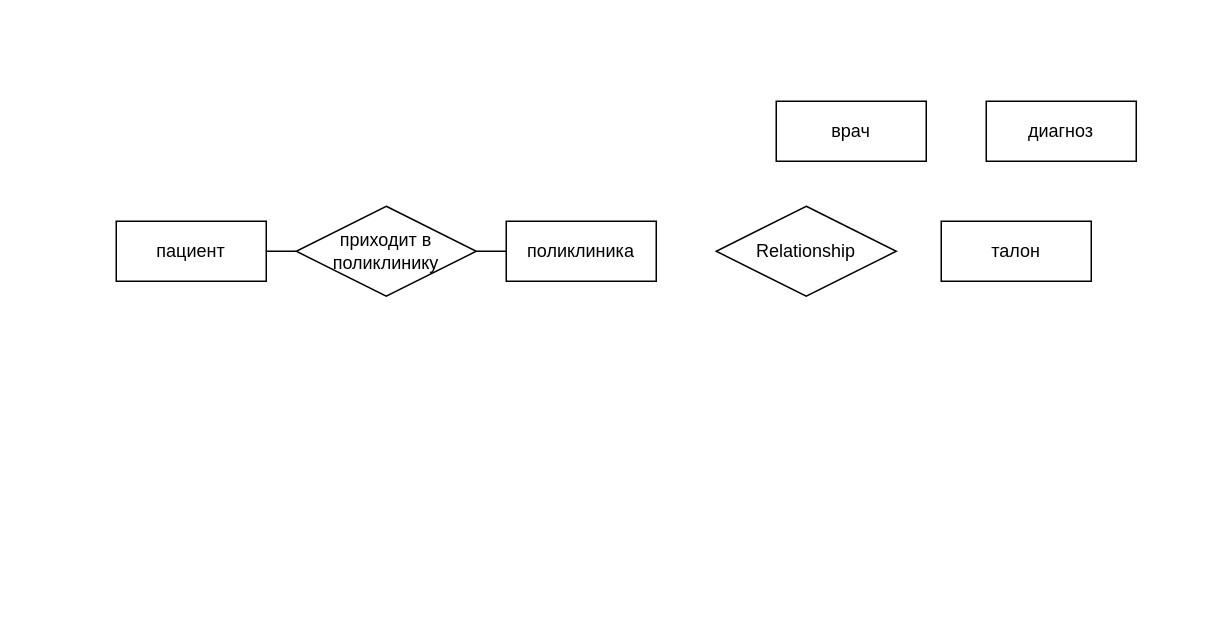
Before: Диаграмма без названия.drawio in ValeriaLebedeva/ER_diagram, a draw.io diagram. Source tidied: cells renumbered, new cells numbered last; positions are measured from the earlier drawing's top-left corner, leaving out a move shared by most shapes. Both pictures are drawn from the tidied source at 150%, with x=0, y=0 at pixel (116, 100).
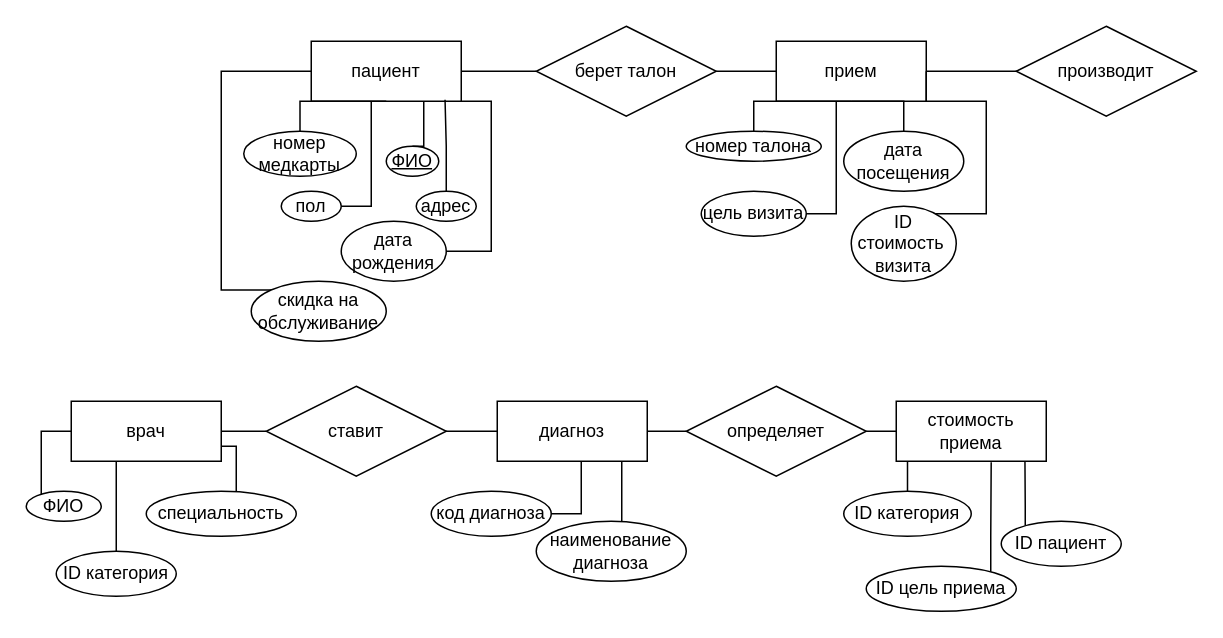
After the change.

The edit, as a diff of the source:
```diff
@@
-    <mxCell id="2" style="edgeStyle=orthogonalEdgeStyle;rounded=0;jettySize=auto;html=1;exitX=1;exitY=0.5;exitDx=0;exitDy=0;endArrow=none;endFill=0;" parent="1" edge="1" source="3" target="9">
-      <mxGeometry relative="1" as="geometry" />
-    </mxCell>
+    <mxCell id="11" style="edgeStyle=orthogonalEdgeStyle;rounded=0;jettySize=auto;html=1;entryX=0;entryY=0.5;entryDx=0;entryDy=0;endArrow=none;endFill=0;" parent="1" edge="1" source="3" target="13">
+      <mxGeometry relative="1" as="geometry" />
+    </mxCell>
     <mxCell id="3" value="пациент" style="whiteSpace=wrap;html=1;align=center;" parent="1" vertex="1">
-      <mxGeometry y="80" width="100" height="40" as="geometry" />
+      <mxGeometry x="130" y="-40" width="100" height="40" as="geometry" />
     </mxCell>
-    <mxCell id="4" value="талон" style="whiteSpace=wrap;html=1;align=center;" parent="1" vertex="1">
-      <mxGeometry x="550" y="80" width="100" height="40" as="geometry" />
-    </mxCell>
+    <mxCell id="12" style="edgeStyle=orthogonalEdgeStyle;rounded=0;jettySize=auto;html=1;endArrow=none;endFill=0;" parent="1" edge="1" source="13" target="27">
+      <mxGeometry relative="1" as="geometry" />
+    </mxCell>
+    <mxCell id="13" value="берет талон" style="shape=rhombus;perimeter=rhombusPerimeter;whiteSpace=wrap;html=1;align=center;" parent="1" vertex="1">
+      <mxGeometry x="280" y="-50" width="120" height="60" as="geometry" />
+    </mxCell>
+    <mxCell id="14" style="edgeStyle=orthogonalEdgeStyle;rounded=0;jettySize=auto;html=1;endArrow=none;endFill=0;" parent="1" edge="1" source="15" target="3">
+      <mxGeometry relative="1" as="geometry" />
+    </mxCell>
+    <mxCell id="15" value="номер медкарты" style="ellipse;whiteSpace=wrap;html=1;align=center;" parent="1" vertex="1">
+      <mxGeometry x="85" y="20" width="75" height="30" as="geometry" />
+    </mxCell>
+    <mxCell id="16" style="edgeStyle=orthogonalEdgeStyle;rounded=0;jettySize=auto;html=1;exitX=0.5;exitY=0;exitDx=0;exitDy=0;entryX=0.75;entryY=1;entryDx=0;entryDy=0;endArrow=none;endFill=0;" parent="1" edge="1" source="17" target="3">
+      <mxGeometry relative="1" as="geometry" />
+    </mxCell>
+    <mxCell id="17" value="ФИО" style="ellipse;whiteSpace=wrap;html=1;align=center;fontStyle=4;" parent="1" vertex="1">
+      <mxGeometry x="180" y="30" width="35" height="20" as="geometry" />
+    </mxCell>
+    <mxCell id="18" style="edgeStyle=orthogonalEdgeStyle;rounded=0;jettySize=auto;html=1;entryX=1;entryY=1;entryDx=0;entryDy=0;endArrow=none;endFill=0;" parent="1" edge="1" source="19" target="3">
+      <mxGeometry relative="1" as="geometry">
+        <Array as="points">
+          <mxPoint x="250" y="100" />
+          <mxPoint x="250" />
+        </Array>
+      </mxGeometry>
+    </mxCell>
+    <mxCell id="19" value="дата рождения" style="ellipse;whiteSpace=wrap;html=1;align=center;" parent="1" vertex="1">
+      <mxGeometry x="150" y="80" width="70" height="40" as="geometry" />
+    </mxCell>
+    <mxCell id="20" style="edgeStyle=orthogonalEdgeStyle;rounded=0;jettySize=auto;html=1;endArrow=none;endFill=0;" parent="1" edge="1" source="21" target="3">
+      <mxGeometry relative="1" as="geometry">
+        <Array as="points">
+          <mxPoint x="170" y="70" />
+        </Array>
+      </mxGeometry>
+    </mxCell>
+    <mxCell id="21" value="пол" style="ellipse;whiteSpace=wrap;html=1;align=center;" parent="1" vertex="1">
+      <mxGeometry x="110" y="60" width="40" height="20" as="geometry" />
+    </mxCell>
+    <mxCell id="22" style="edgeStyle=orthogonalEdgeStyle;rounded=0;jettySize=auto;html=1;entryX=0.892;entryY=0.975;entryDx=0;entryDy=0;entryPerimeter=0;endArrow=none;endFill=0;" parent="1" edge="1" source="23" target="3">
+      <mxGeometry relative="1" as="geometry" />
+    </mxCell>
+    <mxCell id="23" value="адрес" style="ellipse;whiteSpace=wrap;html=1;align=center;" parent="1" vertex="1">
+      <mxGeometry x="200" y="60" width="40" height="20" as="geometry" />
+    </mxCell>
+    <mxCell id="24" style="edgeStyle=orthogonalEdgeStyle;rounded=0;jettySize=auto;html=1;exitX=0;exitY=0;exitDx=0;exitDy=0;entryX=0;entryY=0.5;entryDx=0;entryDy=0;endArrow=none;endFill=0;" parent="1" edge="1" source="25" target="3">
+      <mxGeometry relative="1" as="geometry">
+        <Array as="points">
+          <mxPoint x="70" y="126" />
+          <mxPoint x="70" y="-20" />
+        </Array>
+      </mxGeometry>
+    </mxCell>
+    <mxCell id="25" value="скидка на обслуживание" style="ellipse;whiteSpace=wrap;html=1;align=center;" parent="1" vertex="1">
+      <mxGeometry x="90" y="120" width="90" height="40" as="geometry" />
+    </mxCell>
+    <mxCell id="26" style="edgeStyle=orthogonalEdgeStyle;rounded=0;jettySize=auto;html=1;exitX=1;exitY=0.5;exitDx=0;exitDy=0;endArrow=none;endFill=0;" parent="1" edge="1" source="27">
+      <mxGeometry relative="1" as="geometry">
+        <mxPoint x="601" y="-20" as="targetPoint" />
+      </mxGeometry>
+    </mxCell>
+    <mxCell id="27" value="прием" style="whiteSpace=wrap;html=1;align=center;" parent="1" vertex="1">
+      <mxGeometry x="440" y="-40" width="100" height="40" as="geometry" />
+    </mxCell>
+    <mxCell id="28" style="edgeStyle=orthogonalEdgeStyle;rounded=0;jettySize=auto;html=1;endArrow=none;endFill=0;" parent="1" edge="1" source="29" target="27">
+      <mxGeometry relative="1" as="geometry" />
+    </mxCell>
+    <mxCell id="29" value="номер талона" style="ellipse;whiteSpace=wrap;html=1;align=center;" parent="1" vertex="1">
+      <mxGeometry x="380" y="20" width="90" height="20" as="geometry" />
+    </mxCell>
+    <mxCell id="30" style="edgeStyle=orthogonalEdgeStyle;rounded=0;jettySize=auto;html=1;endArrow=none;endFill=0;" parent="1" edge="1" source="31" target="27">
+      <mxGeometry relative="1" as="geometry" />
+    </mxCell>
+    <mxCell id="31" value="дата посещения" style="ellipse;whiteSpace=wrap;html=1;align=center;" parent="1" vertex="1">
+      <mxGeometry x="485" y="20" width="80" height="40" as="geometry" />
+    </mxCell>
+    <mxCell id="32" style="edgeStyle=orthogonalEdgeStyle;rounded=0;jettySize=auto;html=1;endArrow=none;endFill=0;" parent="1" edge="1" source="33" target="27">
+      <mxGeometry relative="1" as="geometry">
+        <Array as="points">
+          <mxPoint x="480" y="75" />
+        </Array>
+      </mxGeometry>
+    </mxCell>
+    <mxCell id="33" value="цель визита" style="ellipse;whiteSpace=wrap;html=1;align=center;" parent="1" vertex="1">
+      <mxGeometry x="390" y="60" width="70" height="30" as="geometry" />
+    </mxCell>
+    <mxCell id="34" style="edgeStyle=orthogonalEdgeStyle;rounded=0;jettySize=auto;html=1;entryX=1;entryY=0.5;entryDx=0;entryDy=0;endArrow=none;endFill=0;" parent="1" edge="1" source="35" target="27">
+      <mxGeometry relative="1" as="geometry">
+        <Array as="points">
+          <mxPoint x="580" y="75" />
+          <mxPoint x="580" />
+          <mxPoint x="540" />
+        </Array>
+      </mxGeometry>
+    </mxCell>
+    <mxCell id="35" value="ID стоимость&amp;nbsp; визита" style="ellipse;whiteSpace=wrap;html=1;align=center;" parent="1" vertex="1">
+      <mxGeometry x="490" y="70" width="70" height="50" as="geometry" />
+    </mxCell>
+    <mxCell id="36" style="edgeStyle=orthogonalEdgeStyle;rounded=0;orthogonalLoop=1;jettySize=auto;html=1;entryX=0;entryY=0.5;entryDx=0;entryDy=0;endArrow=none;endFill=0;" parent="1" edge="1">
+      <mxGeometry relative="1" as="geometry">
+        <mxPoint x="190" y="220" as="sourcePoint" />
+        <mxPoint x="254" y="220" as="targetPoint" />
+      </mxGeometry>
+    </mxCell>
+    <mxCell id="37" style="edgeStyle=orthogonalEdgeStyle;rounded=0;jettySize=auto;html=1;endArrow=none;endFill=0;" parent="1" edge="1" source="38">
+      <mxGeometry relative="1" as="geometry">
+        <mxPoint x="300.5" y="235" as="targetPoint" />
+      </mxGeometry>
+    </mxCell>
+    <mxCell id="38" value="код диагноза" style="ellipse;whiteSpace=wrap;html=1;align=center;" parent="1" vertex="1">
+      <mxGeometry x="210" y="260" width="80" height="30" as="geometry" />
+    </mxCell>
+    <mxCell id="39" style="edgeStyle=orthogonalEdgeStyle;rounded=0;jettySize=auto;html=1;endArrow=none;endFill=0;" parent="1" edge="1" source="40">
+      <mxGeometry relative="1" as="geometry">
+        <mxPoint x="337" y="240" as="targetPoint" />
+        <Array as="points">
+          <mxPoint x="337" y="270" />
+          <mxPoint x="337" y="270" />
+        </Array>
+      </mxGeometry>
+    </mxCell>
+    <mxCell id="40" value="наименование диагноза" style="ellipse;whiteSpace=wrap;html=1;align=center;" parent="1" vertex="1">
+      <mxGeometry x="280" y="280" width="100" height="40" as="geometry" />
+    </mxCell>
+    <mxCell id="41" style="edgeStyle=orthogonalEdgeStyle;rounded=0;jettySize=auto;html=1;entryX=0;entryY=0.5;entryDx=0;entryDy=0;endArrow=none;endFill=0;" parent="1" edge="1" source="7" target="44">
+      <mxGeometry relative="1" as="geometry" />
+    </mxCell>
+    <mxCell id="7" value="диагноз" style="whiteSpace=wrap;html=1;align=center;" parent="1" vertex="1">
+      <mxGeometry x="254" y="200" width="100" height="40" as="geometry" />
+    </mxCell>
+    <mxCell id="42" value="стоимость приема" style="whiteSpace=wrap;html=1;align=center;" parent="1" vertex="1">
+      <mxGeometry x="520" y="200" width="100" height="40" as="geometry" />
+    </mxCell>
+    <mxCell id="43" style="edgeStyle=orthogonalEdgeStyle;rounded=0;jettySize=auto;html=1;entryX=0;entryY=0.5;entryDx=0;entryDy=0;endArrow=none;endFill=0;" parent="1" edge="1" source="44" target="42">
+      <mxGeometry relative="1" as="geometry" />
+    </mxCell>
+    <mxCell id="44" value="определяет" style="shape=rhombus;perimeter=rhombusPerimeter;whiteSpace=wrap;html=1;align=center;" parent="1" vertex="1">
+      <mxGeometry x="380" y="190" width="120" height="60" as="geometry" />
+    </mxCell>
+    <mxCell id="45" style="edgeStyle=orthogonalEdgeStyle;rounded=0;jettySize=auto;html=1;entryX=0.075;entryY=1.058;entryDx=0;entryDy=0;entryPerimeter=0;endArrow=none;endFill=0;" parent="1" edge="1" source="46" target="42">
+      <mxGeometry relative="1" as="geometry" />
+    </mxCell>
+    <mxCell id="46" value="ID категория" style="ellipse;whiteSpace=wrap;html=1;align=center;" parent="1" vertex="1">
+      <mxGeometry x="485" y="260" width="85" height="30" as="geometry" />
+    </mxCell>
+    <mxCell id="47" style="edgeStyle=orthogonalEdgeStyle;rounded=0;jettySize=auto;html=1;entryX=0.633;entryY=1.017;entryDx=0;entryDy=0;entryPerimeter=0;endArrow=none;endFill=0;" parent="1" edge="1" source="48" target="42">
+      <mxGeometry relative="1" as="geometry">
+        <Array as="points">
+          <mxPoint x="583" y="290" />
+          <mxPoint x="583" y="290" />
+        </Array>
+      </mxGeometry>
+    </mxCell>
+    <mxCell id="48" value="ID цель приема" style="ellipse;whiteSpace=wrap;html=1;align=center;" parent="1" vertex="1">
+      <mxGeometry x="500" y="310" width="100" height="30" as="geometry" />
+    </mxCell>
+    <mxCell id="49" style="edgeStyle=orthogonalEdgeStyle;rounded=0;jettySize=auto;html=1;entryX=0.858;entryY=0.996;entryDx=0;entryDy=0;entryPerimeter=0;endArrow=none;endFill=0;" parent="1" edge="1" source="50" target="42">
+      <mxGeometry relative="1" as="geometry">
+        <Array as="points">
+          <mxPoint x="606" y="270" />
+          <mxPoint x="606" y="270" />
+        </Array>
+      </mxGeometry>
+    </mxCell>
+    <mxCell id="50" value="ID пациент" style="ellipse;whiteSpace=wrap;html=1;align=center;" parent="1" vertex="1">
+      <mxGeometry x="590" y="280" width="80" height="30" as="geometry" />
+    </mxCell>
+    <mxCell id="51" value="производит" style="shape=rhombus;perimeter=rhombusPerimeter;whiteSpace=wrap;html=1;align=center;" parent="1" vertex="1">
+      <mxGeometry x="600" y="-50" width="120" height="60" as="geometry" />
+    </mxCell>
+    <mxCell id="52" style="edgeStyle=orthogonalEdgeStyle;rounded=0;jettySize=auto;html=1;exitX=1;exitY=0.5;exitDx=0;exitDy=0;entryX=0;entryY=0.5;entryDx=0;entryDy=0;endArrow=none;endFill=0;" parent="1" edge="1" source="5" target="54">
+      <mxGeometry relative="1" as="geometry" />
+    </mxCell>
+    <mxCell id="53" style="edgeStyle=orthogonalEdgeStyle;rounded=0;jettySize=auto;html=1;exitX=1;exitY=0.75;exitDx=0;exitDy=0;entryX=0.6;entryY=0;entryDx=0;entryDy=0;entryPerimeter=0;endArrow=none;endFill=0;" parent="1" edge="1" source="5" target="57">
+      <mxGeometry relative="1" as="geometry" />
+    </mxCell>
     <mxCell id="5" value="врач" style="whiteSpace=wrap;html=1;align=center;" parent="1" vertex="1">
-      <mxGeometry x="440" width="100" height="40" as="geometry" />
+      <mxGeometry x="-30" y="200" width="100" height="40" as="geometry" />
     </mxCell>
-    <mxCell id="6" value="поликлиника" style="whiteSpace=wrap;html=1;align=center;" parent="1" vertex="1">
-      <mxGeometry x="260" y="80" width="100" height="40" as="geometry" />
-    </mxCell>
-    <mxCell id="7" value="диагноз" style="whiteSpace=wrap;html=1;align=center;" parent="1" vertex="1">
-      <mxGeometry x="580" width="100" height="40" as="geometry" />
-    </mxCell>
-    <mxCell id="8" style="edgeStyle=orthogonalEdgeStyle;rounded=0;jettySize=auto;html=1;exitX=1;exitY=0.5;exitDx=0;exitDy=0;endArrow=none;endFill=0;" parent="1" edge="1" source="9" target="6">
-      <mxGeometry relative="1" as="geometry" />
-    </mxCell>
-    <mxCell id="9" value="приходит в поликлинику" style="shape=rhombus;perimeter=rhombusPerimeter;whiteSpace=wrap;html=1;align=center;" parent="1" vertex="1">
-      <mxGeometry x="120" y="70" width="120" height="60" as="geometry" />
-    </mxCell>
-    <mxCell id="10" value="Relationship" style="shape=rhombus;perimeter=rhombusPerimeter;whiteSpace=wrap;html=1;align=center;" parent="1" vertex="1">
-      <mxGeometry x="400" y="70" width="120" height="60" as="geometry" />
-    </mxCell>
+    <mxCell id="54" value="ставит" style="shape=rhombus;perimeter=rhombusPerimeter;whiteSpace=wrap;html=1;align=center;" parent="1" vertex="1">
+      <mxGeometry x="100" y="190" width="120" height="60" as="geometry" />
+    </mxCell>
+    <mxCell id="55" style="edgeStyle=orthogonalEdgeStyle;rounded=0;jettySize=auto;html=1;entryX=0;entryY=0.5;entryDx=0;entryDy=0;endArrow=none;endFill=0;" parent="1" edge="1" source="56" target="5">
+      <mxGeometry relative="1" as="geometry">
+        <Array as="points">
+          <mxPoint x="-50" y="220" />
+        </Array>
+      </mxGeometry>
+    </mxCell>
+    <mxCell id="56" value="ФИО" style="ellipse;whiteSpace=wrap;html=1;align=center;" parent="1" vertex="1">
+      <mxGeometry x="-60" y="260" width="50" height="20" as="geometry" />
+    </mxCell>
+    <mxCell id="57" value="специальность" style="ellipse;whiteSpace=wrap;html=1;align=center;" parent="1" vertex="1">
+      <mxGeometry x="20" y="260" width="100" height="30" as="geometry" />
+    </mxCell>
+    <mxCell id="58" style="edgeStyle=orthogonalEdgeStyle;rounded=0;jettySize=auto;html=1;endArrow=none;endFill=0;" parent="1" edge="1" source="59" target="5">
+      <mxGeometry relative="1" as="geometry">
+        <Array as="points">
+          <mxPoint y="250" />
+          <mxPoint y="250" />
+        </Array>
+      </mxGeometry>
+    </mxCell>
+    <mxCell id="59" value="ID категория" style="ellipse;whiteSpace=wrap;html=1;align=center;" parent="1" vertex="1">
+      <mxGeometry x="-40" y="300" width="80" height="30" as="geometry" />
+    </mxCell>
```
